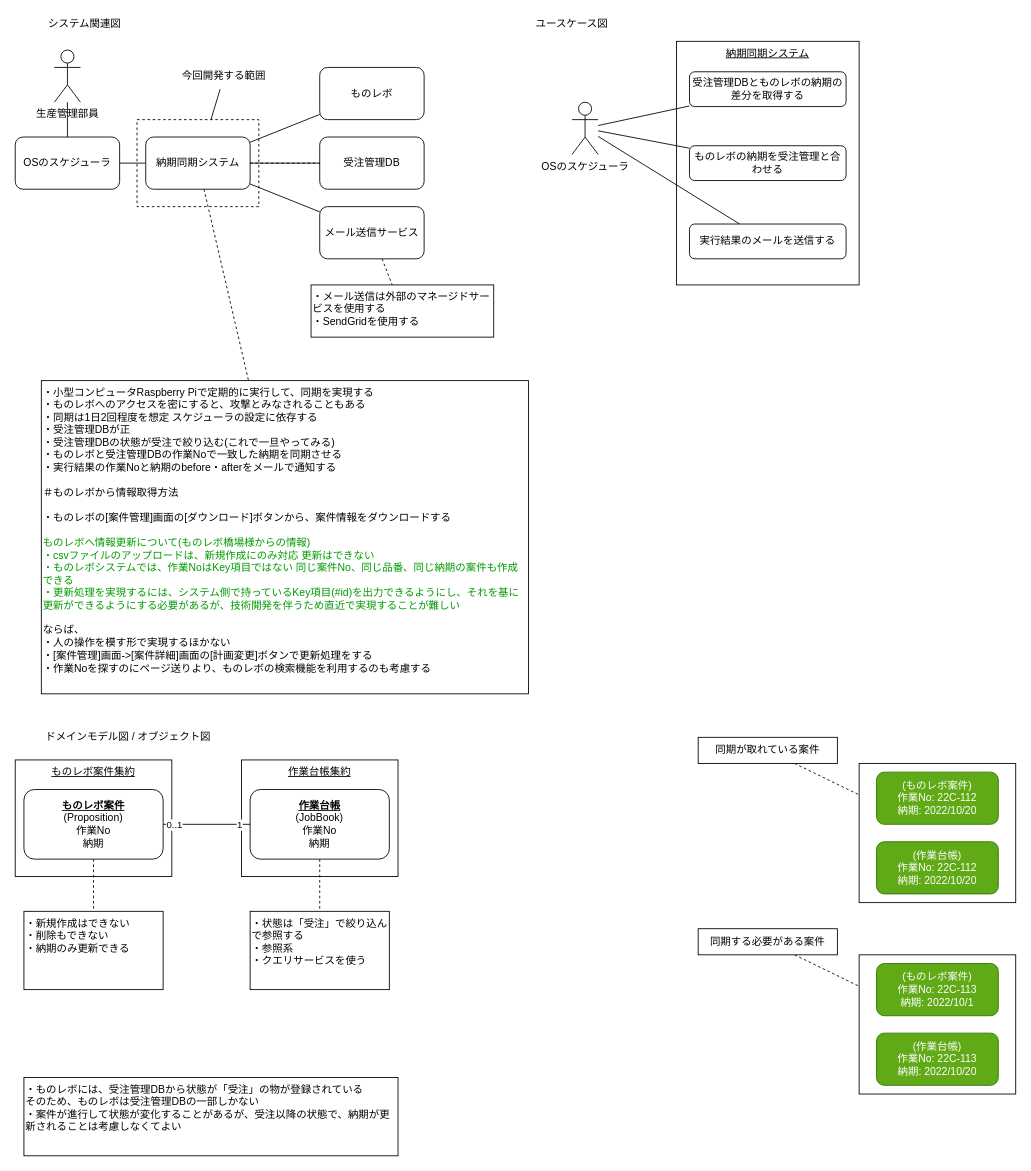
Earlier version of the draw.io diagram Diagrams/sudoDiagram.drawio (Matazoro-Kemtari/SynchronizeMonorevoDeliveryDates). Source tidied: cells renumbered, new cells numbered last; positions are measured from the earlier drawing's top-left corner, leaving out a move shared by most shapes. Both pictures are drawn from the tidied source at 87%, with x=0, y=0 at pixel (15, 15).
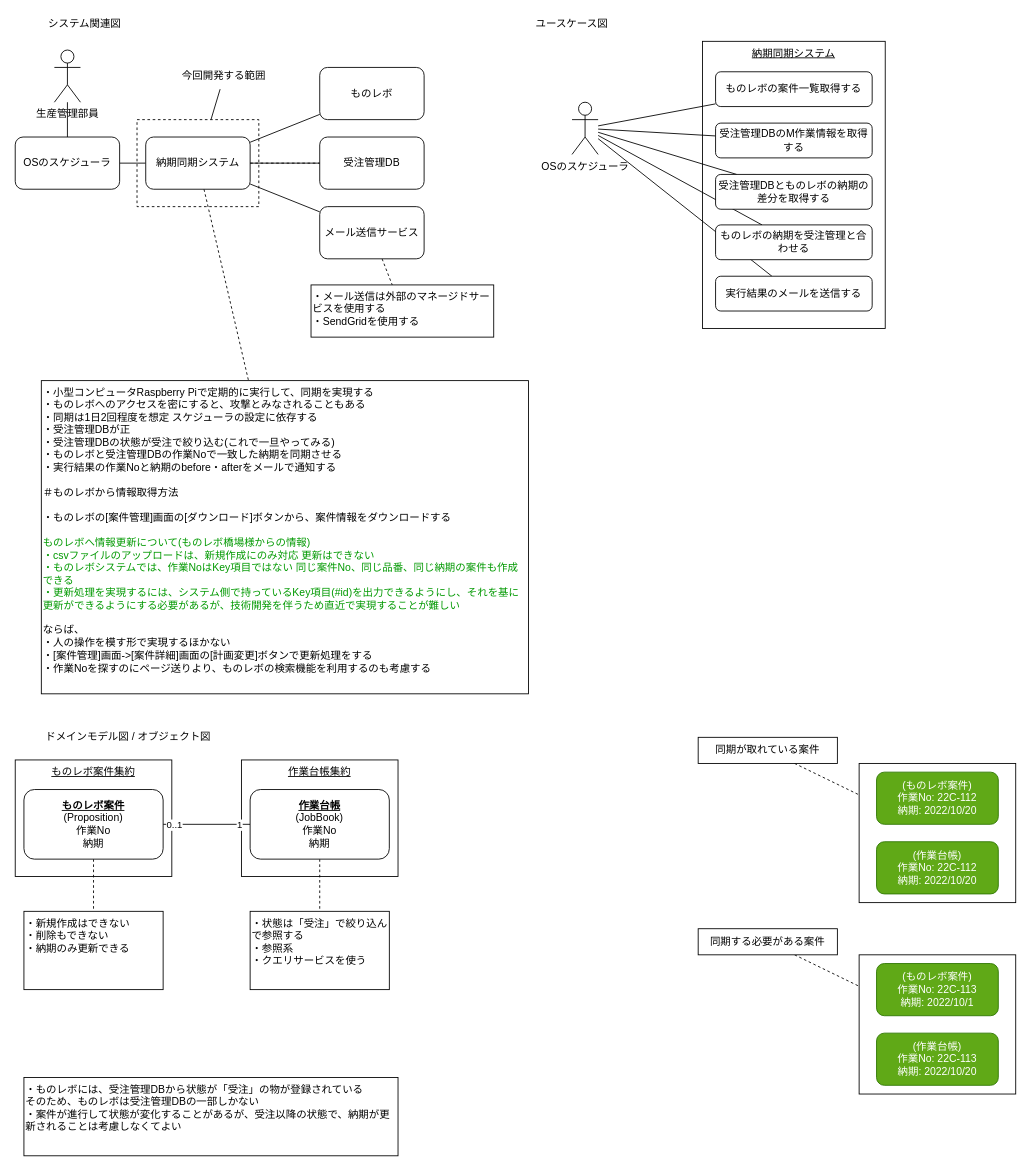
The same page after the edit.

Commit message (it also covers changes not shown here):
ものレボから案件一覧取得するUseCaseを追加

The change refers to these unchanged cells:
```xml
<mxCell id="23" value="OSのスケジューラ" style="shape=umlActor;verticalLabelPosition=bottom;verticalAlign=top;html=1;outlineConnect=0;" parent="1" vertex="1">
  <mxGeometry x="640" y="100" width="30" height="60" as="geometry" />
</mxCell>
```

Diff of the diagram source:
```diff
@@
     <mxCell id="5" value="&lt;u&gt;納期同期システム&lt;/u&gt;" style="rounded=0;whiteSpace=wrap;html=1;verticalAlign=top;" parent="1" vertex="1">
-      <mxGeometry x="760" y="30" width="210" height="280" as="geometry" />
+      <mxGeometry x="790" y="30" width="210" height="330" as="geometry" />
     </mxCell>
@@
+    <mxCell id="54" style="edgeStyle=none;html=1;endArrow=none;endFill=0;" parent="1" edge="1" source="23" target="56">
+      <mxGeometry relative="1" as="geometry" />
+    </mxCell>
+    <mxCell id="55" style="edgeStyle=none;html=1;endArrow=none;endFill=0;" parent="1" edge="1" source="23" target="57">
+      <mxGeometry relative="1" as="geometry" />
+    </mxCell>
@@
     <mxCell id="24" value="ものレボの納期を受注管理と合わせる" style="rounded=1;whiteSpace=wrap;html=1;" parent="1" vertex="1">
-      <mxGeometry x="775" y="150" width="180" height="40" as="geometry" />
+      <mxGeometry x="805" y="241" width="180" height="40" as="geometry" />
     </mxCell>
@@
     <mxCell id="34" value="実行結果のメールを送信する" style="rounded=1;whiteSpace=wrap;html=1;" parent="1" vertex="1">
-      <mxGeometry x="775" y="240" width="180" height="40" as="geometry" />
+      <mxGeometry x="805" y="300" width="180" height="40" as="geometry" />
     </mxCell>
@@
-    <mxCell id="36" value="受注管理DBとものレボの納期の差分を取得する" style="rounded=1;whiteSpace=wrap;html=1;" parent="1" vertex="1">
-      <mxGeometry x="775" y="65" width="180" height="40" as="geometry" />
+    <mxCell id="36" value="ものレボの案件一覧取得する" style="rounded=1;whiteSpace=wrap;html=1;" parent="1" vertex="1">
+      <mxGeometry x="805" y="65" width="180" height="40" as="geometry" />
     </mxCell>
@@
+    <mxCell id="56" value="受注管理DBのM作業情報を取得する" style="rounded=1;whiteSpace=wrap;html=1;" parent="1" vertex="1">
+      <mxGeometry x="805" y="124" width="180" height="40" as="geometry" />
+    </mxCell>
+    <mxCell id="57" value="受注管理DBとものレボの納期の差分を取得する" style="rounded=1;whiteSpace=wrap;html=1;" parent="1" vertex="1">
+      <mxGeometry x="805" y="183" width="180" height="40" as="geometry" />
+    </mxCell>
```
